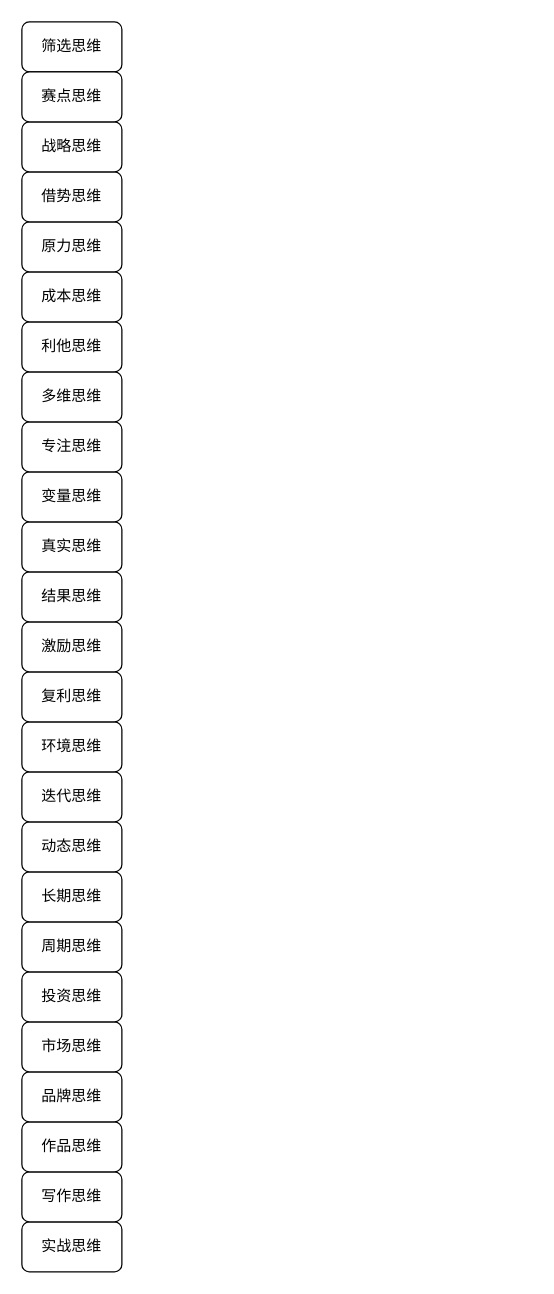
This is 爆发式成长思维.drawio from yanhanfrontend/draw.io.workspace, a draw.io file, before an edit. Source tidied: cells renumbered, new cells numbered last; positions are measured from the earlier drawing's top-left corner, leaving out a move shared by most shapes. Both pictures are drawn from the tidied source at 125%, with x=0, y=0 at pixel (21, 21).
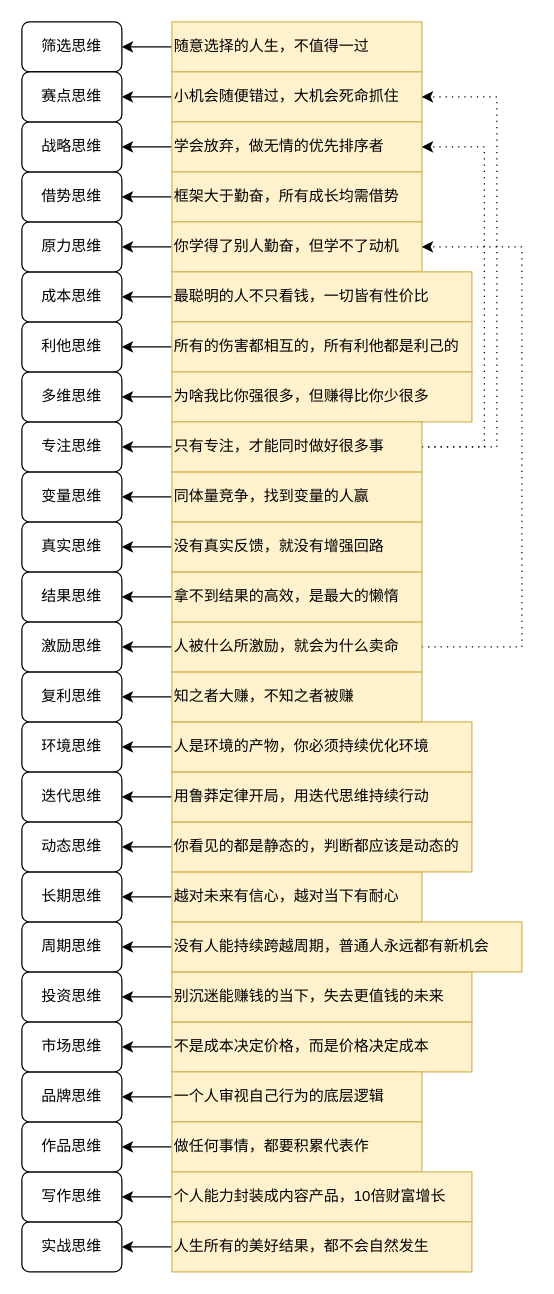
Above is the later version.

Commit message (it also covers changes not shown here):
更新爆发式成长思维.drawio

Unchanged cells that the change refers to:
```xml
<mxCell id="2" value="筛选思维" style="rounded=1;whiteSpace=wrap;html=1;" parent="1" vertex="1">
  <mxGeometry width="80" height="40" as="geometry" />
</mxCell>
<mxCell id="3" value="实战思维" style="rounded=1;whiteSpace=wrap;html=1;" parent="1" vertex="1">
  <mxGeometry y="960" width="80" height="40" as="geometry" />
</mxCell>
<mxCell id="4" value="写作思维" style="rounded=1;whiteSpace=wrap;html=1;" parent="1" vertex="1">
  <mxGeometry y="920" width="80" height="40" as="geometry" />
</mxCell>
<mxCell id="5" value="作品思维" style="rounded=1;whiteSpace=wrap;html=1;" parent="1" vertex="1">
  <mxGeometry y="880" width="80" height="40" as="geometry" />
</mxCell>
<mxCell id="6" value="品牌思维" style="rounded=1;whiteSpace=wrap;html=1;" parent="1" vertex="1">
  <mxGeometry y="840" width="80" height="40" as="geometry" />
</mxCell>
<mxCell id="7" value="市场思维" style="rounded=1;whiteSpace=wrap;html=1;" parent="1" vertex="1">
  <mxGeometry y="800" width="80" height="40" as="geometry" />
</mxCell>
<mxCell id="8" value="投资思维" style="rounded=1;whiteSpace=wrap;html=1;" parent="1" vertex="1">
  <mxGeometry y="760" width="80" height="40" as="geometry" />
</mxCell>
<mxCell id="9" value="周期思维" style="rounded=1;whiteSpace=wrap;html=1;" parent="1" vertex="1">
  <mxGeometry y="720" width="80" height="40" as="geometry" />
</mxCell>
<mxCell id="10" value="长期思维" style="rounded=1;whiteSpace=wrap;html=1;" parent="1" vertex="1">
  <mxGeometry y="680" width="80" height="40" as="geometry" />
</mxCell>
<mxCell id="11" value="动态思维" style="rounded=1;whiteSpace=wrap;html=1;" parent="1" vertex="1">
  <mxGeometry y="640" width="80" height="40" as="geometry" />
</mxCell>
<mxCell id="12" value="迭代思维" style="rounded=1;whiteSpace=wrap;html=1;" parent="1" vertex="1">
  <mxGeometry y="600" width="80" height="40" as="geometry" />
</mxCell>
<mxCell id="13" value="环境思维" style="rounded=1;whiteSpace=wrap;html=1;" parent="1" vertex="1">
  <mxGeometry y="560" width="80" height="40" as="geometry" />
</mxCell>
<mxCell id="14" value="复利思维" style="rounded=1;whiteSpace=wrap;html=1;" parent="1" vertex="1">
  <mxGeometry y="520" width="80" height="40" as="geometry" />
</mxCell>
<mxCell id="15" value="激励思维" style="rounded=1;whiteSpace=wrap;html=1;" parent="1" vertex="1">
  <mxGeometry y="480" width="80" height="40" as="geometry" />
</mxCell>
<mxCell id="16" value="结果思维" style="rounded=1;whiteSpace=wrap;html=1;" parent="1" vertex="1">
  <mxGeometry y="440" width="80" height="40" as="geometry" />
</mxCell>
<mxCell id="17" value="真实思维" style="rounded=1;whiteSpace=wrap;html=1;" parent="1" vertex="1">
  <mxGeometry y="400" width="80" height="40" as="geometry" />
</mxCell>
<mxCell id="18" value="变量思维" style="rounded=1;whiteSpace=wrap;html=1;" parent="1" vertex="1">
  <mxGeometry y="360" width="80" height="40" as="geometry" />
</mxCell>
<mxCell id="19" value="专注思维" style="rounded=1;whiteSpace=wrap;html=1;" parent="1" vertex="1">
  <mxGeometry y="320" width="80" height="40" as="geometry" />
</mxCell>
<mxCell id="20" value="多维思维" style="rounded=1;whiteSpace=wrap;html=1;" parent="1" vertex="1">
  <mxGeometry y="280" width="80" height="40" as="geometry" />
</mxCell>
<mxCell id="21" value="利他思维" style="rounded=1;whiteSpace=wrap;html=1;" parent="1" vertex="1">
  <mxGeometry y="240" width="80" height="40" as="geometry" />
</mxCell>
<mxCell id="22" value="成本思维" style="rounded=1;whiteSpace=wrap;html=1;" parent="1" vertex="1">
  <mxGeometry y="200" width="80" height="40" as="geometry" />
</mxCell>
<mxCell id="23" value="原力思维" style="rounded=1;whiteSpace=wrap;html=1;" parent="1" vertex="1">
  <mxGeometry y="160" width="80" height="40" as="geometry" />
</mxCell>
<mxCell id="24" value="借势思维" style="rounded=1;whiteSpace=wrap;html=1;" parent="1" vertex="1">
  <mxGeometry y="120" width="80" height="40" as="geometry" />
</mxCell>
<mxCell id="25" value="战略思维" style="rounded=1;whiteSpace=wrap;html=1;" parent="1" vertex="1">
  <mxGeometry y="80" width="80" height="40" as="geometry" />
</mxCell>
<mxCell id="26" value="赛点思维" style="rounded=1;whiteSpace=wrap;html=1;" parent="1" vertex="1">
  <mxGeometry y="40" width="80" height="40" as="geometry" />
</mxCell>
```

Change to the diagram source:
```diff
@@
+    <mxCell id="27" style="edgeStyle=orthogonalEdgeStyle;rounded=0;jettySize=auto;html=1;exitX=0;exitY=0.5;exitDx=0;exitDy=0;" parent="1" edge="1" source="28" target="2">
+      <mxGeometry relative="1" as="geometry" />
+    </mxCell>
+    <mxCell id="28" value="随意选择的人生，不值得一过" style="text;html=1;align=left;verticalAlign=middle;whiteSpace=wrap;rounded=0;fillColor=#fff2cc;strokeColor=#d6b656;" parent="1" vertex="1">
+      <mxGeometry x="120" width="200" height="40" as="geometry" />
+    </mxCell>
+    <mxCell id="29" style="edgeStyle=orthogonalEdgeStyle;rounded=0;jettySize=auto;html=1;exitX=0;exitY=0.5;exitDx=0;exitDy=0;entryX=1;entryY=0.5;entryDx=0;entryDy=0;" parent="1" edge="1" source="30" target="26">
+      <mxGeometry relative="1" as="geometry" />
+    </mxCell>
+    <mxCell id="30" value="小机会随便错过，大机会死命抓住" style="text;html=1;align=left;verticalAlign=middle;whiteSpace=wrap;rounded=0;fillColor=#fff2cc;strokeColor=#d6b656;" parent="1" vertex="1">
+      <mxGeometry x="120" y="40" width="200" height="40" as="geometry" />
+    </mxCell>
+    <mxCell id="31" style="edgeStyle=orthogonalEdgeStyle;rounded=0;jettySize=auto;html=1;exitX=0;exitY=0.5;exitDx=0;exitDy=0;" parent="1" edge="1" source="32" target="25">
+      <mxGeometry relative="1" as="geometry" />
+    </mxCell>
+    <mxCell id="32" value="学会放弃，做无情的优先排序者" style="text;html=1;align=left;verticalAlign=middle;whiteSpace=wrap;rounded=0;fillColor=#fff2cc;strokeColor=#d6b656;" parent="1" vertex="1">
+      <mxGeometry x="120" y="80" width="200" height="40" as="geometry" />
+    </mxCell>
+    <mxCell id="33" style="edgeStyle=orthogonalEdgeStyle;rounded=0;jettySize=auto;html=1;exitX=0;exitY=0.5;exitDx=0;exitDy=0;" parent="1" edge="1" source="34" target="24">
+      <mxGeometry relative="1" as="geometry" />
+    </mxCell>
+    <mxCell id="34" value="框架大于勤奋，所有成长均需借势" style="text;html=1;align=left;verticalAlign=middle;whiteSpace=wrap;rounded=0;fillColor=#fff2cc;strokeColor=#d6b656;" parent="1" vertex="1">
+      <mxGeometry x="120" y="120" width="200" height="40" as="geometry" />
+    </mxCell>
+    <mxCell id="35" style="edgeStyle=orthogonalEdgeStyle;rounded=0;jettySize=auto;html=1;exitX=0;exitY=0.5;exitDx=0;exitDy=0;entryX=1;entryY=0.5;entryDx=0;entryDy=0;" parent="1" edge="1" source="36" target="23">
+      <mxGeometry relative="1" as="geometry" />
+    </mxCell>
+    <mxCell id="36" value="你学得了别人勤奋，但学不了动机" style="text;html=1;align=left;verticalAlign=middle;whiteSpace=wrap;rounded=0;fillColor=#fff2cc;strokeColor=#d6b656;" parent="1" vertex="1">
+      <mxGeometry x="120" y="160" width="200" height="40" as="geometry" />
+    </mxCell>
+    <mxCell id="37" style="edgeStyle=orthogonalEdgeStyle;rounded=0;jettySize=auto;html=1;exitX=0;exitY=0.5;exitDx=0;exitDy=0;entryX=1;entryY=0.5;entryDx=0;entryDy=0;" parent="1" edge="1" source="38" target="7">
+      <mxGeometry relative="1" as="geometry" />
+    </mxCell>
+    <mxCell id="38" value="不是成本决定价格，而是价格决定成本" style="text;html=1;align=left;verticalAlign=middle;whiteSpace=wrap;rounded=0;fillColor=#fff2cc;strokeColor=#d6b656;" parent="1" vertex="1">
+      <mxGeometry x="120" y="800" width="240" height="40" as="geometry" />
+    </mxCell>
+    <mxCell id="39" style="edgeStyle=orthogonalEdgeStyle;rounded=0;jettySize=auto;html=1;exitX=0;exitY=0.5;exitDx=0;exitDy=0;" parent="1" edge="1" source="40" target="6">
+      <mxGeometry relative="1" as="geometry" />
+    </mxCell>
+    <mxCell id="40" value="一个人审视自己行为的底层逻辑" style="text;html=1;align=left;verticalAlign=middle;whiteSpace=wrap;rounded=0;fillColor=#fff2cc;strokeColor=#d6b656;" parent="1" vertex="1">
+      <mxGeometry x="120" y="840" width="200" height="40" as="geometry" />
+    </mxCell>
+    <mxCell id="41" style="edgeStyle=orthogonalEdgeStyle;rounded=0;jettySize=auto;html=1;exitX=0;exitY=0.5;exitDx=0;exitDy=0;" parent="1" edge="1" source="42" target="5">
+      <mxGeometry relative="1" as="geometry" />
+    </mxCell>
+    <mxCell id="42" value="做任何事情，都要积累代表作" style="text;html=1;align=left;verticalAlign=middle;whiteSpace=wrap;rounded=0;fillColor=#fff2cc;strokeColor=#d6b656;" parent="1" vertex="1">
+      <mxGeometry x="120" y="880" width="200" height="40" as="geometry" />
+    </mxCell>
+    <mxCell id="43" style="edgeStyle=orthogonalEdgeStyle;rounded=0;jettySize=auto;html=1;exitX=0;exitY=0.5;exitDx=0;exitDy=0;" parent="1" edge="1" source="44" target="8">
+      <mxGeometry relative="1" as="geometry" />
+    </mxCell>
+    <mxCell id="44" value="别沉迷能赚钱的当下，失去更值钱的未来" style="text;html=1;align=left;verticalAlign=middle;whiteSpace=wrap;rounded=0;fillColor=#fff2cc;strokeColor=#d6b656;" parent="1" vertex="1">
+      <mxGeometry x="120" y="760" width="240" height="40" as="geometry" />
+    </mxCell>
+    <mxCell id="45" style="edgeStyle=orthogonalEdgeStyle;rounded=0;jettySize=auto;html=1;exitX=0;exitY=0.5;exitDx=0;exitDy=0;" parent="1" edge="1" source="46" target="22">
+      <mxGeometry relative="1" as="geometry" />
+    </mxCell>
+    <mxCell id="46" value="最聪明的人不只看钱，一切皆有性价比" style="text;html=1;align=left;verticalAlign=middle;whiteSpace=wrap;rounded=0;fillColor=#fff2cc;strokeColor=#d6b656;" parent="1" vertex="1">
+      <mxGeometry x="120" y="200" width="240" height="40" as="geometry" />
+    </mxCell>
+    <mxCell id="47" style="edgeStyle=orthogonalEdgeStyle;rounded=0;jettySize=auto;html=1;exitX=0;exitY=0.5;exitDx=0;exitDy=0;" parent="1" edge="1" source="48" target="21">
+      <mxGeometry relative="1" as="geometry" />
+    </mxCell>
+    <mxCell id="48" value="所有的伤害都相互的，所有利他都是利己的" style="text;html=1;align=left;verticalAlign=middle;whiteSpace=wrap;rounded=0;fillColor=#fff2cc;strokeColor=#d6b656;" parent="1" vertex="1">
+      <mxGeometry x="120" y="240" width="240" height="40" as="geometry" />
+    </mxCell>
+    <mxCell id="49" style="edgeStyle=orthogonalEdgeStyle;rounded=0;jettySize=auto;html=1;exitX=0;exitY=0.5;exitDx=0;exitDy=0;" parent="1" edge="1" source="50" target="20">
+      <mxGeometry relative="1" as="geometry" />
+    </mxCell>
+    <mxCell id="50" value="为啥我比你强很多，但赚得比你少很多" style="text;html=1;align=left;verticalAlign=middle;whiteSpace=wrap;rounded=0;fillColor=#fff2cc;strokeColor=#d6b656;" parent="1" vertex="1">
+      <mxGeometry x="120" y="280" width="240" height="40" as="geometry" />
+    </mxCell>
+    <mxCell id="51" style="edgeStyle=orthogonalEdgeStyle;rounded=0;jettySize=auto;html=1;exitX=0;exitY=0.5;exitDx=0;exitDy=0;" parent="1" edge="1" source="52" target="9">
+      <mxGeometry relative="1" as="geometry" />
+    </mxCell>
+    <mxCell id="52" value="没有人能持续跨越周期，普通人永远都有新机会" style="text;html=1;align=left;verticalAlign=middle;whiteSpace=wrap;rounded=0;fillColor=#fff2cc;strokeColor=#d6b656;" parent="1" vertex="1">
+      <mxGeometry x="120" y="720" width="280" height="40" as="geometry" />
+    </mxCell>
+    <mxCell id="53" style="edgeStyle=orthogonalEdgeStyle;rounded=0;jettySize=auto;html=1;exitX=0;exitY=0.5;exitDx=0;exitDy=0;entryX=1;entryY=0.5;entryDx=0;entryDy=0;" parent="1" edge="1" source="54" target="10">
+      <mxGeometry relative="1" as="geometry" />
+    </mxCell>
+    <mxCell id="54" value="越对未来有信心，越对当下有耐心" style="text;html=1;align=left;verticalAlign=middle;whiteSpace=wrap;rounded=0;fillColor=#fff2cc;strokeColor=#d6b656;" parent="1" vertex="1">
+      <mxGeometry x="120" y="680" width="200" height="40" as="geometry" />
+    </mxCell>
+    <mxCell id="55" style="edgeStyle=orthogonalEdgeStyle;rounded=0;jettySize=auto;html=1;exitX=0;exitY=0.5;exitDx=0;exitDy=0;" parent="1" edge="1" source="56" target="11">
+      <mxGeometry relative="1" as="geometry" />
+    </mxCell>
+    <mxCell id="56" value="你看见的都是静态的，判断都应该是动态的" style="text;html=1;align=left;verticalAlign=middle;whiteSpace=wrap;rounded=0;fillColor=#fff2cc;strokeColor=#d6b656;" parent="1" vertex="1">
+      <mxGeometry x="120" y="640" width="240" height="40" as="geometry" />
+    </mxCell>
+    <mxCell id="57" style="edgeStyle=orthogonalEdgeStyle;rounded=0;jettySize=auto;html=1;exitX=0;exitY=0.5;exitDx=0;exitDy=0;" parent="1" edge="1" source="58" target="12">
+      <mxGeometry relative="1" as="geometry" />
+    </mxCell>
+    <mxCell id="58" value="用鲁莽定律开局，用迭代思维持续行动" style="text;html=1;align=left;verticalAlign=middle;whiteSpace=wrap;rounded=0;fillColor=#fff2cc;strokeColor=#d6b656;" parent="1" vertex="1">
+      <mxGeometry x="120" y="600" width="240" height="40" as="geometry" />
+    </mxCell>
+    <mxCell id="59" style="edgeStyle=orthogonalEdgeStyle;rounded=0;jettySize=auto;html=1;exitX=0;exitY=0.5;exitDx=0;exitDy=0;" parent="1" edge="1" source="60" target="13">
+      <mxGeometry relative="1" as="geometry" />
+    </mxCell>
+    <mxCell id="60" value="人是环境的产物，你必须持续优化环境" style="text;html=1;align=left;verticalAlign=middle;whiteSpace=wrap;rounded=0;fillColor=#fff2cc;strokeColor=#d6b656;" parent="1" vertex="1">
+      <mxGeometry x="120" y="560" width="240" height="40" as="geometry" />
+    </mxCell>
+    <mxCell id="61" style="edgeStyle=orthogonalEdgeStyle;rounded=0;jettySize=auto;html=1;exitX=0;exitY=0.5;exitDx=0;exitDy=0;entryX=1;entryY=0.5;entryDx=0;entryDy=0;" parent="1" edge="1" source="62" target="14">
+      <mxGeometry relative="1" as="geometry" />
+    </mxCell>
+    <mxCell id="62" value="知之者大赚，不知之者被赚" style="text;html=1;align=left;verticalAlign=middle;whiteSpace=wrap;rounded=0;fillColor=#fff2cc;strokeColor=#d6b656;" parent="1" vertex="1">
+      <mxGeometry x="120" y="520" width="200" height="40" as="geometry" />
+    </mxCell>
+    <mxCell id="63" style="edgeStyle=orthogonalEdgeStyle;rounded=0;jettySize=auto;html=1;exitX=1;exitY=0.5;exitDx=0;exitDy=0;entryX=1;entryY=0.5;entryDx=0;entryDy=0;dashed=1;dashPattern=1 4;" parent="1" edge="1" source="65" target="36">
+      <mxGeometry relative="1" as="geometry">
+        <Array as="points">
+          <mxPoint x="400" y="500" />
+          <mxPoint x="400" y="180" />
+        </Array>
+      </mxGeometry>
+    </mxCell>
+    <mxCell id="64" style="edgeStyle=orthogonalEdgeStyle;rounded=0;jettySize=auto;html=1;exitX=0;exitY=0.5;exitDx=0;exitDy=0;" parent="1" edge="1" source="65" target="15">
+      <mxGeometry relative="1" as="geometry" />
+    </mxCell>
+    <mxCell id="65" value="人被什么所激励，就会为什么卖命" style="text;html=1;align=left;verticalAlign=middle;whiteSpace=wrap;rounded=0;fillColor=#fff2cc;strokeColor=#d6b656;" parent="1" vertex="1">
+      <mxGeometry x="120" y="480" width="200" height="40" as="geometry" />
+    </mxCell>
+    <mxCell id="66" style="edgeStyle=orthogonalEdgeStyle;rounded=0;jettySize=auto;html=1;exitX=0;exitY=0.5;exitDx=0;exitDy=0;" parent="1" edge="1" source="67" target="16">
+      <mxGeometry relative="1" as="geometry" />
+    </mxCell>
+    <mxCell id="67" value="拿不到结果的高效，是最大的懒惰" style="text;html=1;align=left;verticalAlign=middle;whiteSpace=wrap;rounded=0;fillColor=#fff2cc;strokeColor=#d6b656;" parent="1" vertex="1">
+      <mxGeometry x="120" y="440" width="200" height="40" as="geometry" />
+    </mxCell>
+    <mxCell id="68" style="edgeStyle=orthogonalEdgeStyle;rounded=0;jettySize=auto;html=1;exitX=0;exitY=0.5;exitDx=0;exitDy=0;" parent="1" edge="1" source="69" target="17">
+      <mxGeometry relative="1" as="geometry" />
+    </mxCell>
+    <mxCell id="69" value="没有真实反馈，就没有增强回路" style="text;html=1;align=left;verticalAlign=middle;whiteSpace=wrap;rounded=0;fillColor=#fff2cc;strokeColor=#d6b656;" parent="1" vertex="1">
+      <mxGeometry x="120" y="400" width="200" height="40" as="geometry" />
+    </mxCell>
+    <mxCell id="70" style="edgeStyle=orthogonalEdgeStyle;rounded=0;jettySize=auto;html=1;exitX=0;exitY=0.5;exitDx=0;exitDy=0;" parent="1" edge="1" source="71" target="18">
+      <mxGeometry relative="1" as="geometry" />
+    </mxCell>
+    <mxCell id="71" value="同体量竞争，找到变量的人赢" style="text;html=1;align=left;verticalAlign=middle;whiteSpace=wrap;rounded=0;fillColor=#fff2cc;strokeColor=#d6b656;" parent="1" vertex="1">
+      <mxGeometry x="120" y="360" width="200" height="40" as="geometry" />
+    </mxCell>
+    <mxCell id="72" style="edgeStyle=orthogonalEdgeStyle;rounded=0;jettySize=auto;html=1;exitX=0;exitY=0.5;exitDx=0;exitDy=0;" parent="1" edge="1" source="75" target="19">
+      <mxGeometry relative="1" as="geometry" />
+    </mxCell>
+    <mxCell id="73" style="edgeStyle=orthogonalEdgeStyle;rounded=0;jettySize=auto;html=1;exitX=1;exitY=0.5;exitDx=0;exitDy=0;entryX=1;entryY=0.5;entryDx=0;entryDy=0;dashed=1;dashPattern=1 4;" parent="1" edge="1" source="75" target="32">
+      <mxGeometry relative="1" as="geometry">
+        <Array as="points">
+          <mxPoint x="370" y="340" />
+          <mxPoint x="370" y="100" />
+        </Array>
+      </mxGeometry>
+    </mxCell>
+    <mxCell id="74" style="edgeStyle=orthogonalEdgeStyle;rounded=0;jettySize=auto;html=1;exitX=1;exitY=0.5;exitDx=0;exitDy=0;entryX=1;entryY=0.5;entryDx=0;entryDy=0;dashed=1;dashPattern=1 4;" parent="1" edge="1" source="75" target="30">
+      <mxGeometry relative="1" as="geometry">
+        <Array as="points">
+          <mxPoint x="380" y="340" />
+          <mxPoint x="380" y="60" />
+        </Array>
+      </mxGeometry>
+    </mxCell>
+    <mxCell id="75" value="只有专注，才能同时做好很多事" style="text;html=1;align=left;verticalAlign=middle;whiteSpace=wrap;rounded=0;fillColor=#fff2cc;strokeColor=#d6b656;" parent="1" vertex="1">
+      <mxGeometry x="120" y="320" width="200" height="40" as="geometry" />
+    </mxCell>
+    <mxCell id="76" style="edgeStyle=orthogonalEdgeStyle;rounded=0;jettySize=auto;html=1;exitX=0;exitY=0.5;exitDx=0;exitDy=0;entryX=1;entryY=0.5;entryDx=0;entryDy=0;" parent="1" edge="1" source="77" target="4">
+      <mxGeometry relative="1" as="geometry" />
+    </mxCell>
+    <mxCell id="77" value="个人能力封装成内容产品，10倍财富增长" style="text;html=1;align=left;verticalAlign=middle;whiteSpace=wrap;rounded=0;fillColor=#fff2cc;strokeColor=#d6b656;" parent="1" vertex="1">
+      <mxGeometry x="120" y="920" width="240" height="40" as="geometry" />
+    </mxCell>
+    <mxCell id="78" style="edgeStyle=orthogonalEdgeStyle;rounded=0;jettySize=auto;html=1;exitX=0;exitY=0.5;exitDx=0;exitDy=0;" parent="1" edge="1" source="79" target="3">
+      <mxGeometry relative="1" as="geometry" />
+    </mxCell>
+    <mxCell id="79" value="人生所有的美好结果，都不会自然发生" style="text;html=1;align=left;verticalAlign=middle;whiteSpace=wrap;rounded=0;fillColor=#fff2cc;strokeColor=#d6b656;" parent="1" vertex="1">
+      <mxGeometry x="120" y="960" width="240" height="40" as="geometry" />
+    </mxCell>
```
